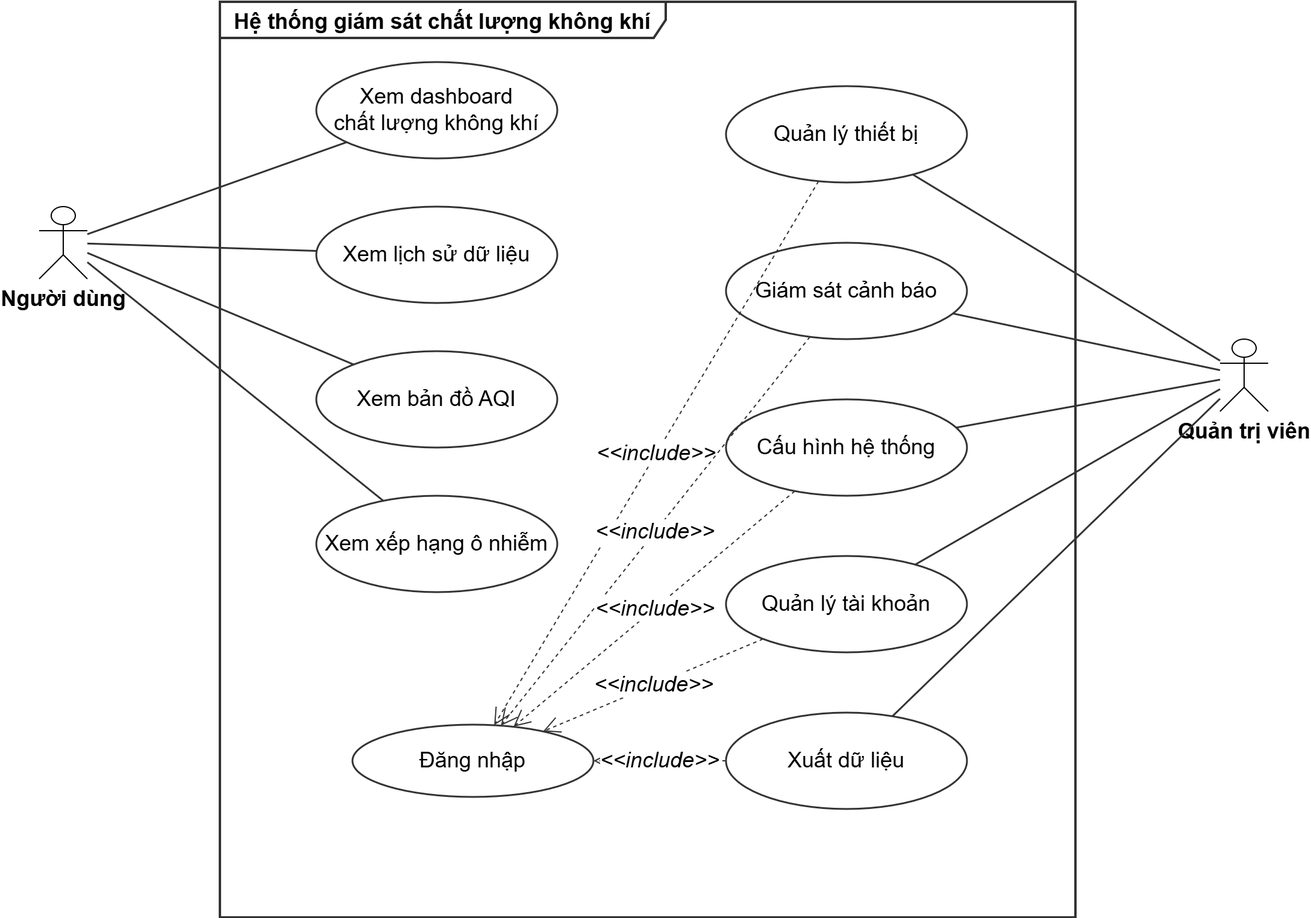
Ductham95/datn keeps this draw.io diagram as docs/SOICT_DATN_Application_VIE_Template/Hinhve/usecase_tongquat.png. Above is the earlier version. Source tidied: cells renumbered, new cells last; positions are measured from the earlier drawing's top-left corner, leaving out a move shared by most shapes.
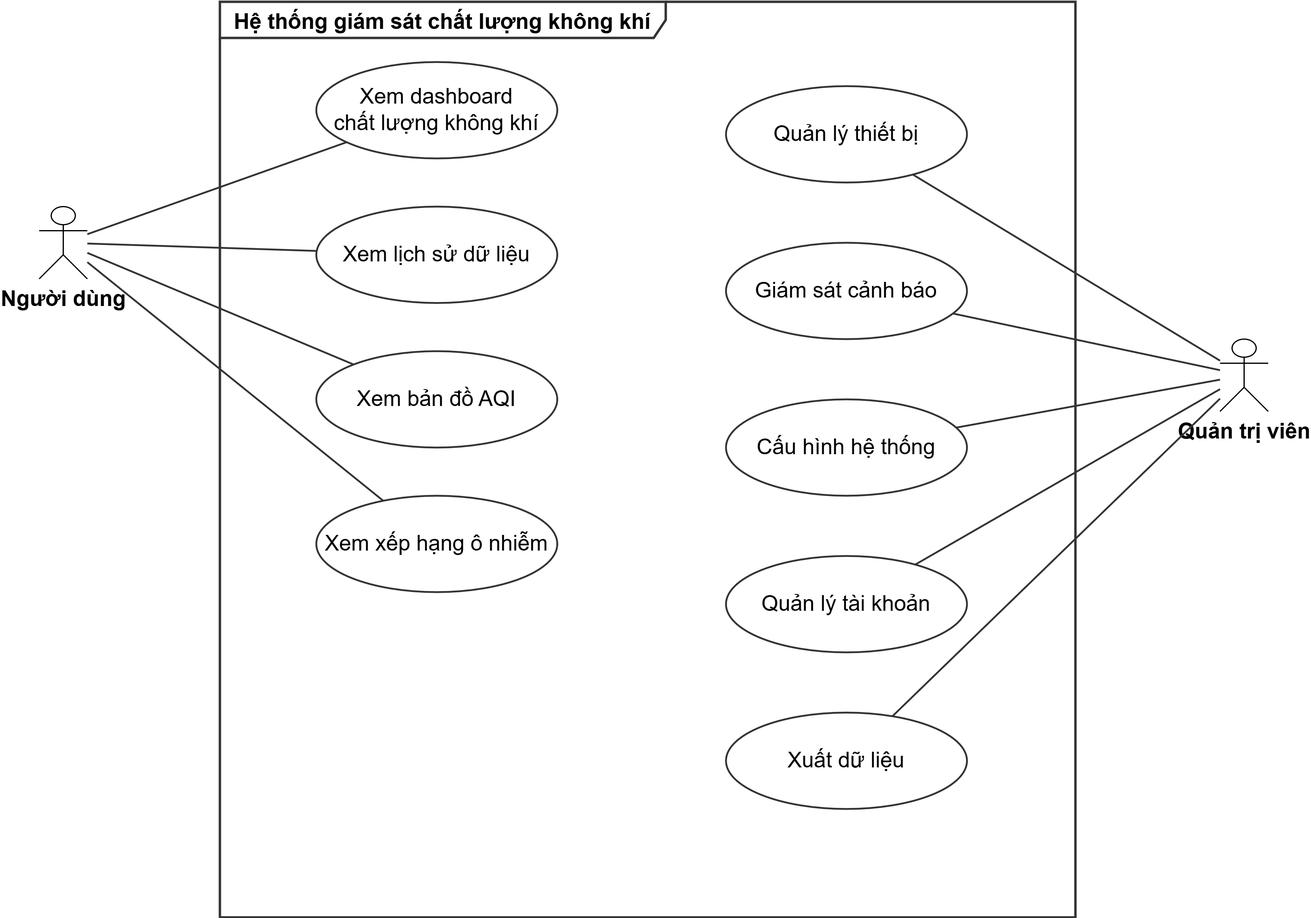
After the commit.

Change to the diagram source:
```diff
@@ -65,23 +65,5 @@
     <mxCell id="22" style="endArrow=none;html=1;fontSize=18;fontFamily=Arial;strokeColor=#333333;strokeWidth=1.5;" parent="1" edge="1" source="4" target="13">
       <mxGeometry relative="1" as="geometry" />
     </mxCell>
-    <mxCell id="23" value="Đăng nhập" style="ellipse;whiteSpace=wrap;html=1;fontSize=18;fontFamily=Arial;fillColor=#FFFFFF;strokeColor=#333333;strokeWidth=1.5;" parent="1" vertex="1">
-      <mxGeometry x="260" y="600" width="200" height="60" as="geometry" />
-    </mxCell>
-    <mxCell id="24" value="&lt;i style=&quot;font-size: 18px;&quot;&gt;&amp;lt;&amp;lt;include&amp;gt;&amp;gt;&lt;/i&gt;" style="endArrow=open;endSize=12;dashed=1;html=1;fontSize=18;fontFamily=Arial;strokeColor=#333333;" parent="1" edge="1" source="9" target="23">
-      <mxGeometry relative="1" as="geometry" />
-    </mxCell>
-    <mxCell id="25" value="&lt;i style=&quot;font-size: 18px;&quot;&gt;&amp;lt;&amp;lt;include&amp;gt;&amp;gt;&lt;/i&gt;" style="endArrow=open;endSize=12;dashed=1;html=1;fontSize=18;fontFamily=Arial;strokeColor=#333333;" parent="1" edge="1" source="10" target="23">
-      <mxGeometry relative="1" as="geometry" />
-    </mxCell>
-    <mxCell id="26" value="&lt;i style=&quot;font-size: 18px;&quot;&gt;&amp;lt;&amp;lt;include&amp;gt;&amp;gt;&lt;/i&gt;" style="endArrow=open;endSize=12;dashed=1;html=1;fontSize=18;fontFamily=Arial;strokeColor=#333333;" parent="1" edge="1" source="11" target="23">
-      <mxGeometry relative="1" as="geometry" />
-    </mxCell>
-    <mxCell id="27" value="&lt;i style=&quot;font-size: 18px;&quot;&gt;&amp;lt;&amp;lt;include&amp;gt;&amp;gt;&lt;/i&gt;" style="endArrow=open;endSize=12;dashed=1;html=1;fontSize=18;fontFamily=Arial;strokeColor=#333333;" parent="1" edge="1" source="12" target="23">
-      <mxGeometry relative="1" as="geometry" />
-    </mxCell>
-    <mxCell id="28" value="&lt;i style=&quot;font-size: 18px;&quot;&gt;&amp;lt;&amp;lt;include&amp;gt;&amp;gt;&lt;/i&gt;" style="endArrow=open;endSize=12;dashed=1;html=1;fontSize=18;fontFamily=Arial;strokeColor=#333333;" parent="1" edge="1" source="13" target="23">
-      <mxGeometry relative="1" as="geometry" />
-    </mxCell>
   </root>
 </mxGraphModel>
```
